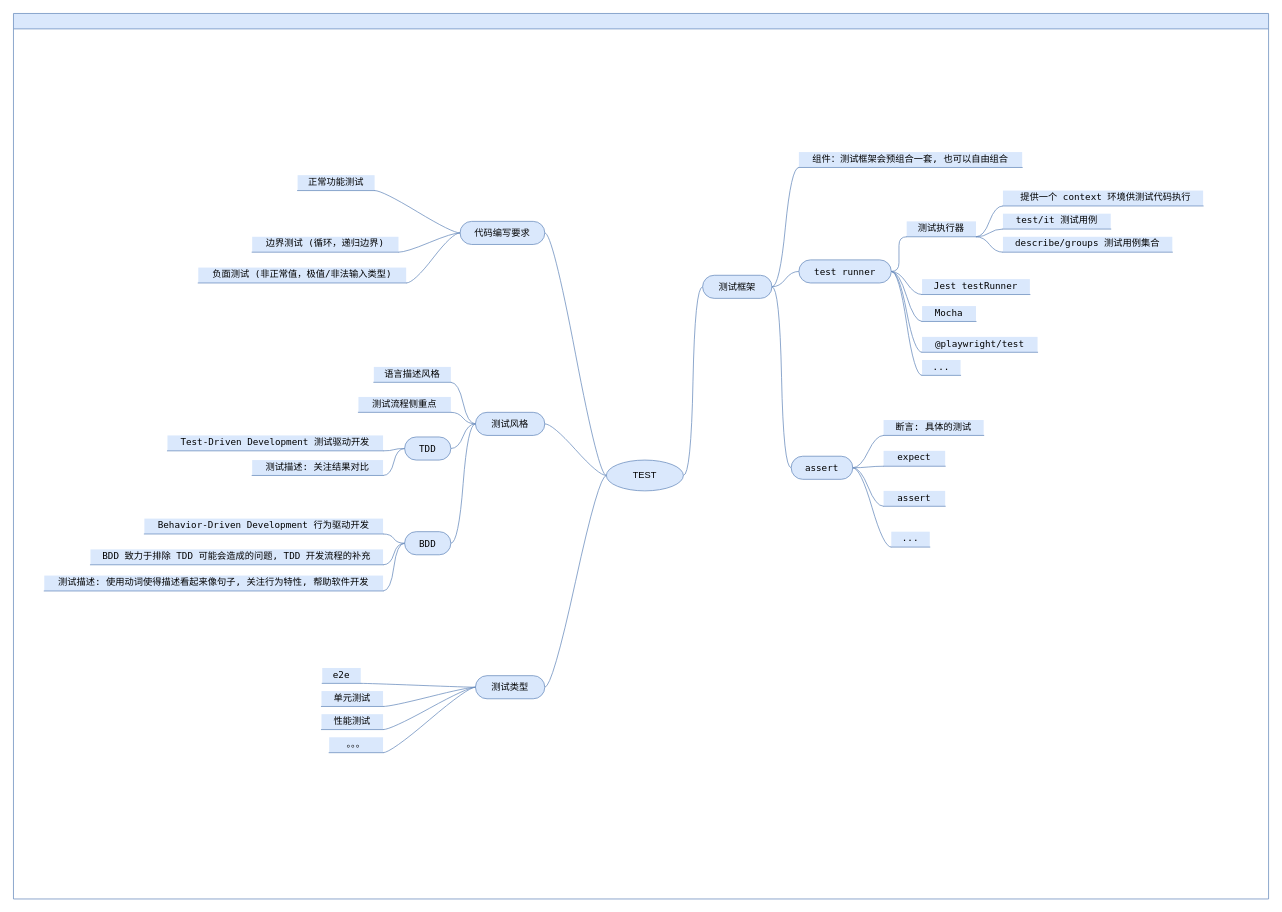
Earlier version of the draw.io diagram page "测试概述" (1 of 3) of code-test/test.drawio (NiLinli/learn-web). Source tidied: cells renumbered, new cells numbered last; positions are measured from the earlier drawing's top-left corner, leaving out a move shared by most shapes. Both pictures are drawn from the tidied source at 77%, with x=0, y=0 at pixel (13, 13).
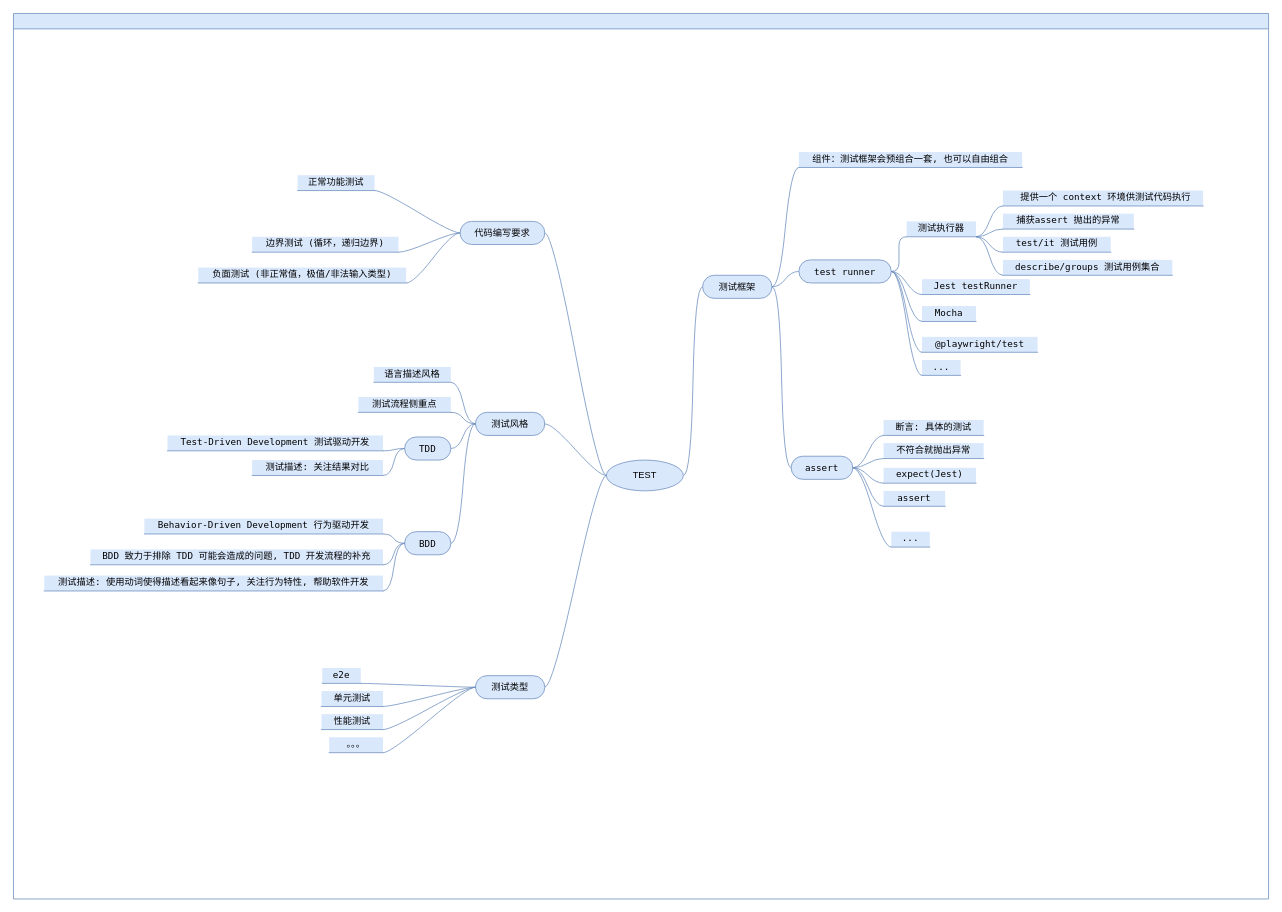
The same diagram, later.

The change refers to these unchanged cells:
```xml
<mxCell id="2" style="swimlane;startSize=20;horizontal=1;containerType=tree;fillColor=#dae8fc;strokeColor=#6c8ebf;fontSize=12;labelBackgroundColor=none;fontColor=#000000;fontStyle=0;" parent="1" vertex="1">
  <mxGeometry width="1630" height="1150" as="geometry" />
</mxCell>
<mxCell id="27" value="&lt;div style=&quot;font-family: menlo, monaco, &amp;quot;courier new&amp;quot;, monospace; line-height: 18px; font-size: 12px;&quot;&gt;&lt;div style=&quot;font-family: menlo, monaco, &amp;quot;courier new&amp;quot;, monospace; line-height: 18px; font-size: 12px;&quot;&gt;&lt;span style=&quot;font-size: 12px;&quot;&gt;assert&lt;/span&gt;&lt;/div&gt;&lt;/div&gt;" style="whiteSpace=wrap;html=1;rounded=1;arcSize=50;align=center;verticalAlign=middle;strokeWidth=1;spacing=4;newEdgeStyle={&quot;edgeStyle&quot;:&quot;entityRelationEdgeStyle&quot;,&quot;startArrow&quot;:&quot;none&quot;,&quot;endArrow&quot;:&quot;none&quot;,&quot;segment&quot;:10,&quot;curved&quot;:1};fillColor=#dae8fc;strokeColor=#6c8ebf;fontSize=12;labelBackgroundColor=none;fontColor=#000000;fontStyle=0;" parent="2" vertex="1">
  <mxGeometry x="1010" y="575" width="80" height="30" as="geometry" />
</mxCell>
<mxCell id="28" value="&lt;div style=&quot;font-family: menlo, monaco, &amp;quot;courier new&amp;quot;, monospace; line-height: 18px; font-size: 12px;&quot;&gt;测试执行器&lt;/div&gt;" style="whiteSpace=wrap;html=1;shape=partialRectangle;top=0;left=0;bottom=1;right=0;points=[[0,1],[1,1]];fillColor=#dae8fc;align=center;verticalAlign=bottom;routingCenterY=0.5;snapToPoint=1;newEdgeStyle={&quot;edgeStyle&quot;:&quot;entityRelationEdgeStyle&quot;,&quot;startArrow&quot;:&quot;none&quot;,&quot;endArrow&quot;:&quot;none&quot;,&quot;segment&quot;:10,&quot;curved&quot;:1};strokeColor=#6c8ebf;fontSize=12;labelBackgroundColor=none;fontColor=#000000;fontStyle=0;" parent="2" vertex="1">
  <mxGeometry x="1160" y="270" width="90" height="20" as="geometry" />
</mxCell>
```

Change to the diagram source:
```diff
@@
-    <mxCell id="37" value="&lt;div style=&quot;font-family: menlo, monaco, &amp;quot;courier new&amp;quot;, monospace; line-height: 18px; font-size: 12px;&quot;&gt;expect&lt;/div&gt;" style="whiteSpace=wrap;html=1;shape=partialRectangle;top=0;left=0;bottom=1;right=0;points=[[0,1],[1,1]];fillColor=#dae8fc;align=center;verticalAlign=bottom;routingCenterY=0.5;snapToPoint=1;newEdgeStyle={&quot;edgeStyle&quot;:&quot;entityRelationEdgeStyle&quot;,&quot;startArrow&quot;:&quot;none&quot;,&quot;endArrow&quot;:&quot;none&quot;,&quot;segment&quot;:10,&quot;curved&quot;:1};strokeColor=#6c8ebf;fontSize=12;labelBackgroundColor=none;fontColor=#000000;fontStyle=0;" parent="2" vertex="1">
-      <mxGeometry x="1130" y="568" width="80" height="20" as="geometry" />
+    <mxCell id="37" value="&lt;div style=&quot;font-family: &amp;#34;menlo&amp;#34; , &amp;#34;monaco&amp;#34; , &amp;#34;courier new&amp;#34; , monospace ; line-height: 18px ; font-size: 12px&quot;&gt;expect(Jest)&lt;/div&gt;" style="whiteSpace=wrap;html=1;shape=partialRectangle;top=0;left=0;bottom=1;right=0;points=[[0,1],[1,1]];fillColor=#dae8fc;align=center;verticalAlign=bottom;routingCenterY=0.5;snapToPoint=1;newEdgeStyle={&quot;edgeStyle&quot;:&quot;entityRelationEdgeStyle&quot;,&quot;startArrow&quot;:&quot;none&quot;,&quot;endArrow&quot;:&quot;none&quot;,&quot;segment&quot;:10,&quot;curved&quot;:1};strokeColor=#6c8ebf;fontSize=12;labelBackgroundColor=none;fontColor=#000000;fontStyle=0;" parent="2" vertex="1">
+      <mxGeometry x="1130" y="590" width="120" height="20" as="geometry" />
     </mxCell>
@@
     <mxCell id="43" value="&lt;div style=&quot;font-family: menlo, monaco, &amp;quot;courier new&amp;quot;, monospace; line-height: 18px; font-size: 12px;&quot;&gt;test/it 测试用例&lt;/div&gt;" style="whiteSpace=wrap;html=1;shape=partialRectangle;top=0;left=0;bottom=1;right=0;points=[[0,1],[1,1]];fillColor=#dae8fc;align=center;verticalAlign=bottom;routingCenterY=0.5;snapToPoint=1;newEdgeStyle={&quot;edgeStyle&quot;:&quot;entityRelationEdgeStyle&quot;,&quot;startArrow&quot;:&quot;none&quot;,&quot;endArrow&quot;:&quot;none&quot;,&quot;segment&quot;:10,&quot;curved&quot;:1};strokeColor=#6c8ebf;fontSize=12;labelBackgroundColor=none;fontColor=#000000;fontStyle=0;" parent="2" vertex="1">
-      <mxGeometry x="1285" y="260" width="140" height="20" as="geometry" />
+      <mxGeometry x="1285" y="290" width="140" height="20" as="geometry" />
     </mxCell>
@@
     <mxCell id="70" value="&lt;div style=&quot;font-family: &amp;#34;menlo&amp;#34; , &amp;#34;monaco&amp;#34; , &amp;#34;courier new&amp;#34; , monospace ; line-height: 18px ; font-size: 12px&quot;&gt;&lt;div style=&quot;font-family: &amp;#34;menlo&amp;#34; , &amp;#34;monaco&amp;#34; , &amp;#34;courier new&amp;#34; , monospace ; line-height: 18px ; font-size: 12px&quot;&gt;describe/groups 测试用例集合&lt;/div&gt;&lt;/div&gt;" style="whiteSpace=wrap;html=1;shape=partialRectangle;top=0;left=0;bottom=1;right=0;points=[[0,1],[1,1]];fillColor=#dae8fc;align=center;verticalAlign=bottom;routingCenterY=0.5;snapToPoint=1;newEdgeStyle={&quot;edgeStyle&quot;:&quot;entityRelationEdgeStyle&quot;,&quot;startArrow&quot;:&quot;none&quot;,&quot;endArrow&quot;:&quot;none&quot;,&quot;segment&quot;:10,&quot;curved&quot;:1};strokeColor=#6c8ebf;fontSize=12;labelBackgroundColor=none;fontColor=#000000;fontStyle=0;" parent="2" vertex="1">
-      <mxGeometry x="1285" y="290" width="220" height="20" as="geometry" />
+      <mxGeometry x="1285" y="320" width="220" height="20" as="geometry" />
     </mxCell>
@@
+    <mxCell id="74" style="edgeStyle=entityRelationEdgeStyle;startArrow=none;endArrow=none;segment=10;curved=1;rounded=0;fillColor=#dae8fc;strokeColor=#6c8ebf;fontSize=12;labelBackgroundColor=none;fontColor=#000000;fontStyle=0;" parent="2" edge="1" source="27" target="75">
+      <mxGeometry relative="1" as="geometry" />
+    </mxCell>
+    <mxCell id="75" value="&lt;div style=&quot;font-family: &amp;#34;menlo&amp;#34; , &amp;#34;monaco&amp;#34; , &amp;#34;courier new&amp;#34; , monospace ; line-height: 18px ; font-size: 12px&quot;&gt;不符合就抛出异常&lt;/div&gt;" style="whiteSpace=wrap;html=1;shape=partialRectangle;top=0;left=0;bottom=1;right=0;points=[[0,1],[1,1]];fillColor=#dae8fc;align=center;verticalAlign=bottom;routingCenterY=0.5;snapToPoint=1;newEdgeStyle={&quot;edgeStyle&quot;:&quot;entityRelationEdgeStyle&quot;,&quot;startArrow&quot;:&quot;none&quot;,&quot;endArrow&quot;:&quot;none&quot;,&quot;segment&quot;:10,&quot;curved&quot;:1};strokeColor=#6c8ebf;fontSize=12;labelBackgroundColor=none;fontColor=#000000;fontStyle=0;" parent="2" vertex="1">
+      <mxGeometry x="1130" y="558" width="130" height="20" as="geometry" />
+    </mxCell>
+    <mxCell id="76" style="edgeStyle=entityRelationEdgeStyle;startArrow=none;endArrow=none;segment=10;curved=1;rounded=0;fillColor=#dae8fc;strokeColor=#6c8ebf;fontSize=12;labelBackgroundColor=none;fontColor=#000000;fontStyle=0;" parent="2" edge="1" source="28" target="77">
+      <mxGeometry relative="1" as="geometry" />
+    </mxCell>
+    <mxCell id="77" value="&lt;div style=&quot;font-family: &amp;#34;menlo&amp;#34; , &amp;#34;monaco&amp;#34; , &amp;#34;courier new&amp;#34; , monospace ; line-height: 18px ; font-size: 12px&quot;&gt;&lt;div style=&quot;font-family: &amp;#34;menlo&amp;#34; , &amp;#34;monaco&amp;#34; , &amp;#34;courier new&amp;#34; , monospace ; line-height: 18px ; font-size: 12px&quot;&gt;捕获assert 抛出的异常&lt;/div&gt;&lt;/div&gt;" style="whiteSpace=wrap;html=1;shape=partialRectangle;top=0;left=0;bottom=1;right=0;points=[[0,1],[1,1]];fillColor=#dae8fc;align=center;verticalAlign=bottom;routingCenterY=0.5;snapToPoint=1;newEdgeStyle={&quot;edgeStyle&quot;:&quot;entityRelationEdgeStyle&quot;,&quot;startArrow&quot;:&quot;none&quot;,&quot;endArrow&quot;:&quot;none&quot;,&quot;segment&quot;:10,&quot;curved&quot;:1};strokeColor=#6c8ebf;fontSize=12;labelBackgroundColor=none;fontColor=#000000;fontStyle=0;" parent="2" vertex="1">
+      <mxGeometry x="1285" y="260" width="170" height="20" as="geometry" />
+    </mxCell>
```
